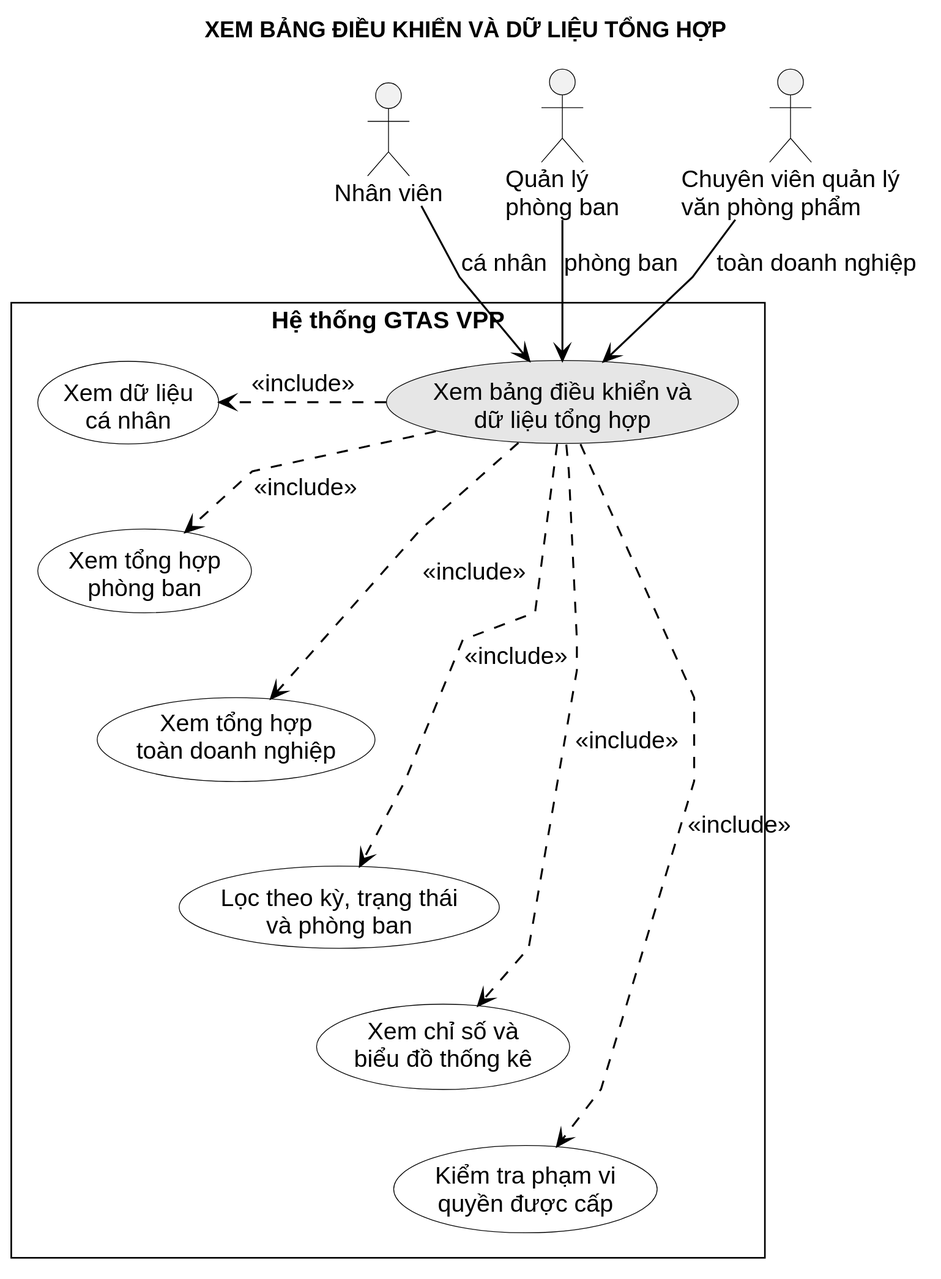
Miikey24s/gtas_vpp keeps this PlantUML diagram as LVTN/diagrams/ch03/use-case-dashboard-summary.svg. Above is the earlier version. The source it was exported from:
```plantuml
@startuml
!include ../common/usecase-style.puml
title XEM BẢNG ĐIỀU KHIỂN VÀ DỮ LIỆU TỔNG HỢP

actor "Nhân viên" as Employee
actor "Quản lý\nphòng ban" as Manager
actor "Chuyên viên quản lý\nvăn phòng phẩm" as Procurement

rectangle "Hệ thống GTAS VPP" {
  usecase "Xem bảng điều khiển và\ndữ liệu tổng hợp" as Summary #E6E6E6
  usecase "Xem dữ liệu\ncá nhân" as Personal
  usecase "Xem tổng hợp\nphòng ban" as Department
  usecase "Xem tổng hợp\ntoàn doanh nghiệp" as Company
  usecase "Lọc theo kỳ, trạng thái\nvà phòng ban" as Filter
  usecase "Xem chỉ số và\nbiểu đồ thống kê" as Chart
  usecase "Kiểm tra phạm vi\nquyền được cấp" as Scope

  Summary -[hidden]right- Personal
  Summary .> Personal : <<include>>
  Summary .> Department : <<include>>
  Summary .> Company : <<include>>
  Summary .> Filter : <<include>>
  Summary .> Chart : <<include>>
  Summary .> Scope : <<include>>

  Personal -[hidden]down- Department
  Department -[hidden]down- Company
  Company -[hidden]down- Filter
  Filter -[hidden]down- Chart
  Chart -[hidden]down- Scope
}

Employee --> Summary : cá nhân
Manager --> Summary : phòng ban
Procurement --> Summary : toàn doanh nghiệp
@enduml
```
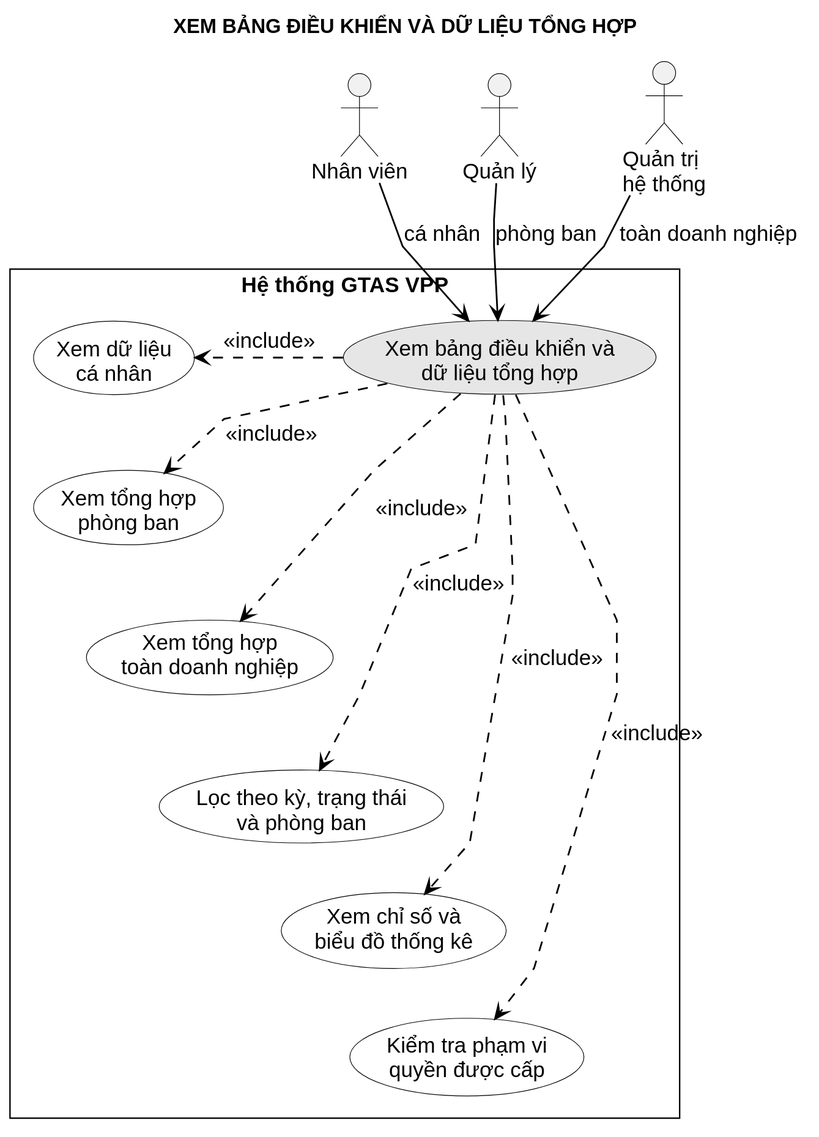
The same diagram one commit later.

Change to the diagram source:
```diff
@@ -3,8 +3,8 @@
 title XEM BẢNG ĐIỀU KHIỂN VÀ DỮ LIỆU TỔNG HỢP
 
 actor "Nhân viên" as Employee
-actor "Quản lý\nphòng ban" as Manager
-actor "Chuyên viên quản lý\nvăn phòng phẩm" as Procurement
+actor "Quản lý" as Manager
+actor "Quản trị\nhệ thống" as Procurement
 
 rectangle "Hệ thống GTAS VPP" {
   usecase "Xem bảng điều khiển và\ndữ liệu tổng hợp" as Summary #E6E6E6
```
